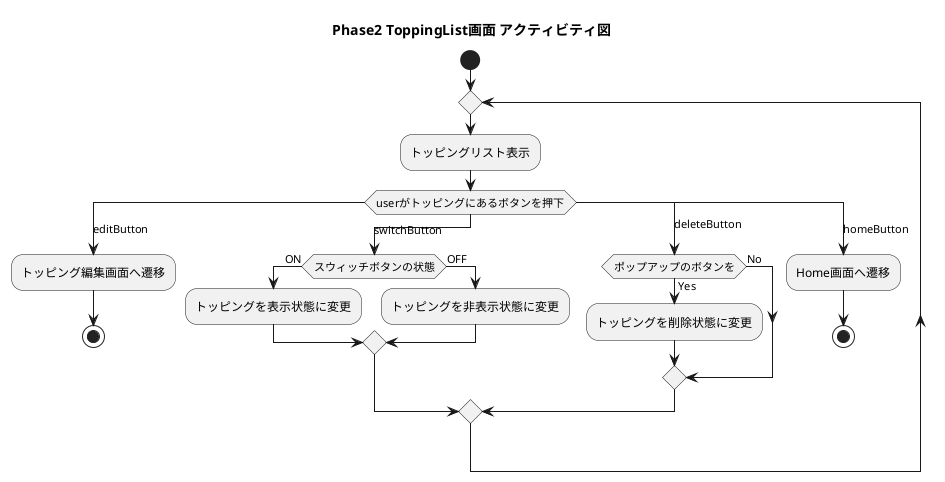
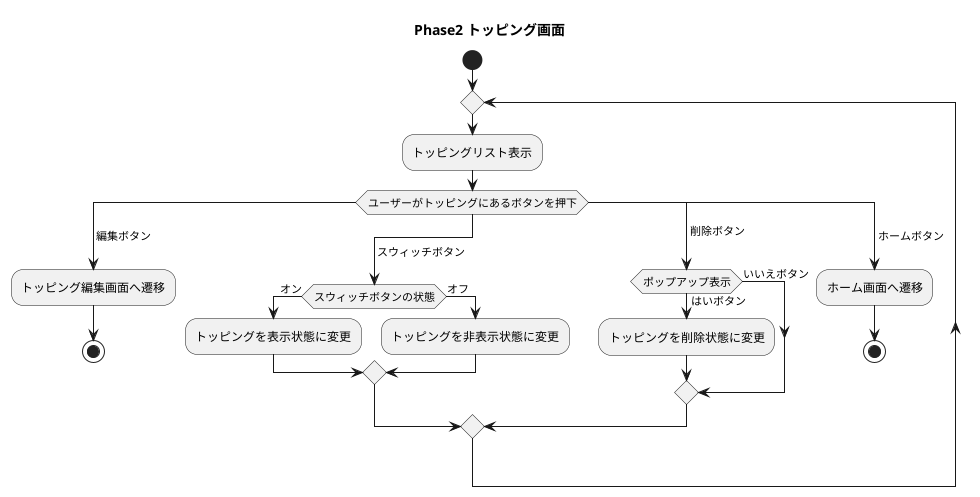
@startuml

- title Phase2 ToppingList画面 アクティビティ図
+ title Phase2 トッピング画面

start

repeat

:トッピングリスト表示;
- switch (userがトッピングにあるボタンを押下)
+ switch (ユーザーがトッピングにあるボタンを押下)

- case (editButton)
+ case ( 編集ボタン)
    :トッピング編集画面へ遷移;
    stop


- case (switchButton)
-     if (スウィッチボタンの状態) then (ON)
+ case (\n スウィッチボタン)
+     if (スウィッチボタンの状態) then (オン)

        :トッピングを表示状態に変更;
-     else (OFF)
+     else (オフ)
        :トッピングを非表示状態に変更;

    endif


- case (deleteButton)
-     if (ポップアップのボタンを) then (Yes)
+ case ( 削除ボタン)
+     if (ポップアップ表示) then (はいボタン)
        :トッピングを削除状態に変更;
-     else (No)
+     else (いいえボタン)
    endif


- case (homeButton)
-     :Home画面へ遷移;
+ case ( ホームボタン)
+     :ホーム画面へ遷移;
    stop


endswitch



@enduml